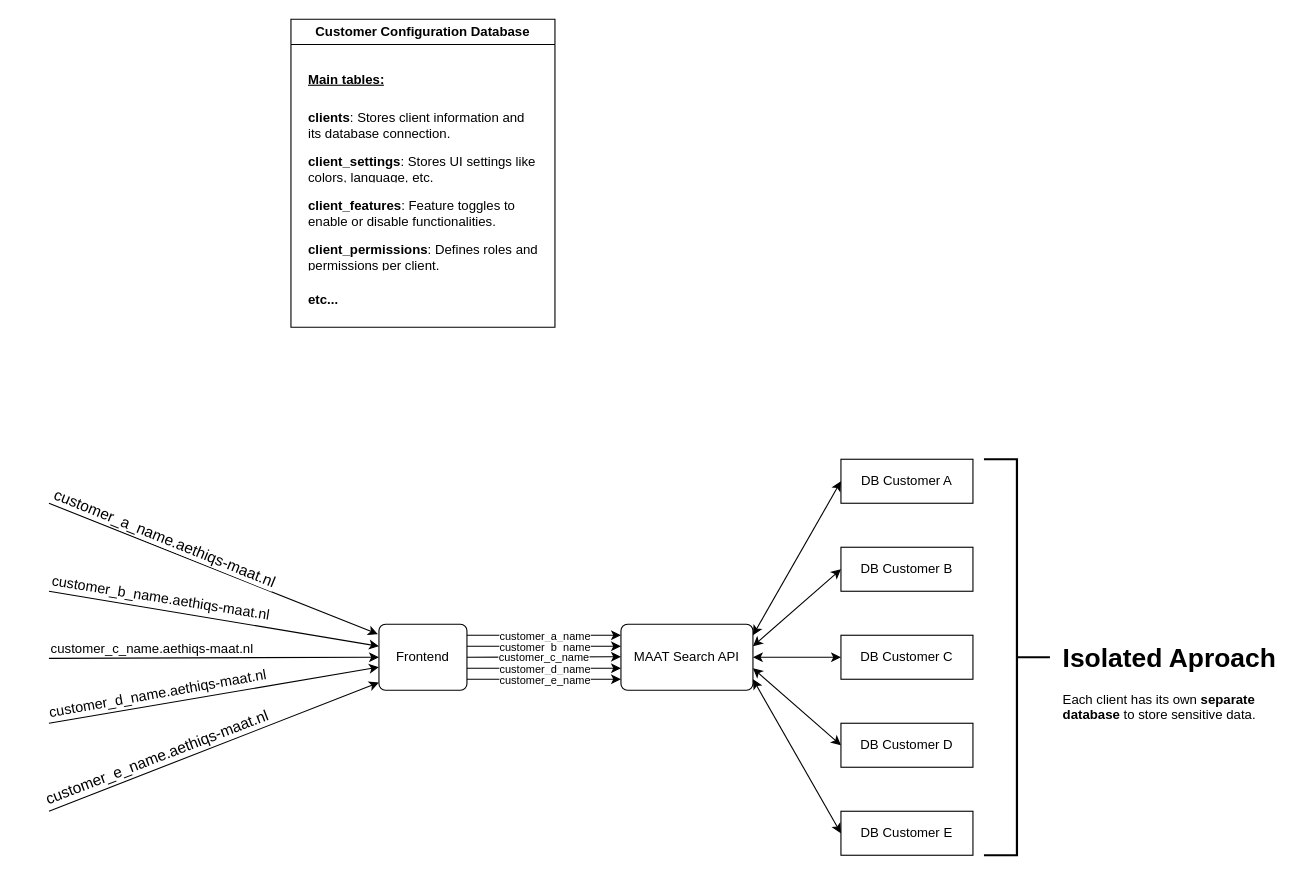
Before: multitenancy.drawio in Karel95/Django-Rest_React-CRUD, a draw.io diagram. Source tidied: cells renumbered, new cells numbered last; positions are measured from the earlier drawing's top-left corner, leaving out a move shared by most shapes. Both pictures are drawn from the tidied source at 110%, with x=0, y=0 at pixel (48, 19).
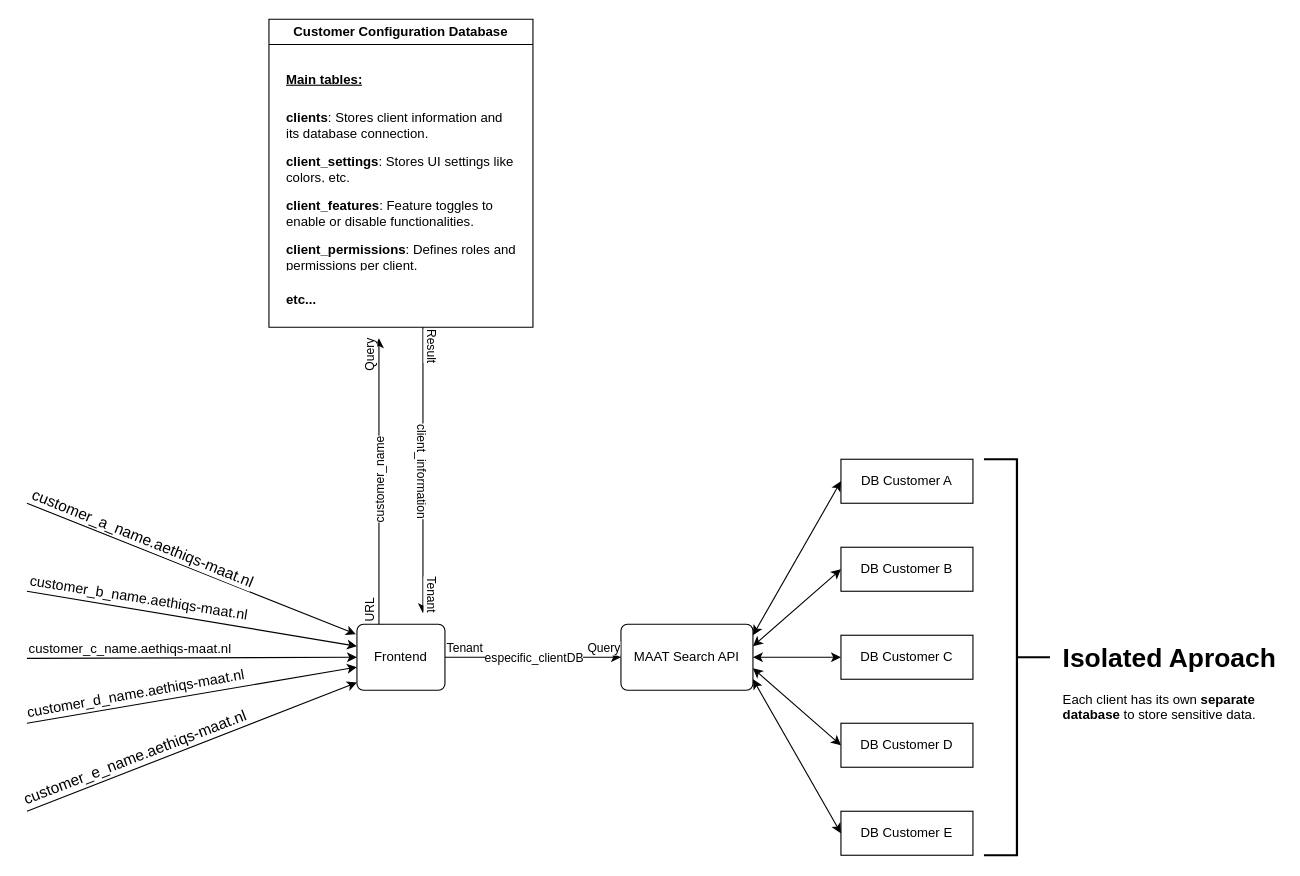
The same diagram, later.

Unchanged cells that the change refers to:
```xml
<mxCell id="3" value="MAAT Search API" style="rounded=1;arcSize=10;whiteSpace=wrap;html=1;align=center;" parent="1" vertex="1">
  <mxGeometry x="520" y="550" width="120" height="60" as="geometry" />
</mxCell>
```

Change to the diagram source:
```diff
@@
     <mxCell id="2" value="Frontend" style="rounded=1;arcSize=10;whiteSpace=wrap;html=1;align=center;" parent="1" vertex="1">
-      <mxGeometry x="300" y="550" width="80" height="60" as="geometry" />
+      <mxGeometry x="280" y="550" width="80" height="60" as="geometry" />
     </mxCell>
@@
     <mxCell id="14" value="Customer C&lt;strong&gt;onfiguration&lt;/strong&gt;&amp;nbsp;Database" style="swimlane;whiteSpace=wrap;html=1;" parent="1" vertex="1">
-      <mxGeometry x="220" width="240" height="280" as="geometry" />
+      <mxGeometry x="200" width="240" height="280" as="geometry" />
     </mxCell>
@@
-    <mxCell id="16" value="&lt;strong&gt;client_settings&lt;/strong&gt;: Stores UI settings like colors, language, etc." style="text;strokeColor=none;fillColor=none;align=left;verticalAlign=middle;spacingLeft=4;spacingRight=4;overflow=hidden;whiteSpace=wrap;html=1;" parent="14" vertex="1">
+    <mxCell id="16" value="&lt;strong&gt;client_settings&lt;/strong&gt;: Stores UI settings like colors, etc." style="text;strokeColor=none;fillColor=none;align=left;verticalAlign=middle;spacingLeft=4;spacingRight=4;overflow=hidden;whiteSpace=wrap;html=1;" parent="14" vertex="1">
       <mxGeometry x="10" y="120" width="220" height="30" as="geometry" />
     </mxCell>
@@
-    <mxCell id="23" style="endArrow=classic;html=1;rounded=0;" parent="1" edge="1">
-      <mxGeometry relative="1" as="geometry">
-        <mxPoint x="380" y="560" as="sourcePoint" />
-        <mxPoint x="520" y="560" as="targetPoint" />
-      </mxGeometry>
-    </mxCell>
-    <mxCell id="24" value="&lt;font&gt;customer_a_name&lt;/font&gt;" style="edgeLabel;html=1;align=center;verticalAlign=middle;fontSize=10;" parent="23" vertex="1">
-      <mxGeometry relative="1" as="geometry" />
-    </mxCell>
-    <mxCell id="25" style="endArrow=classic;html=1;rounded=0;" parent="1" edge="1">
-      <mxGeometry relative="1" as="geometry">
-        <mxPoint x="380" y="570" as="sourcePoint" />
-        <mxPoint x="520" y="570" as="targetPoint" />
-      </mxGeometry>
-    </mxCell>
-    <mxCell id="26" value="&lt;font&gt;customer_b_name&lt;/font&gt;" style="edgeLabel;html=1;align=center;verticalAlign=middle;fontSize=10;" parent="25" vertex="1">
-      <mxGeometry relative="1" as="geometry" />
-    </mxCell>
-    <mxCell id="27" style="endArrow=classic;html=1;rounded=0;" parent="1" edge="1">
-      <mxGeometry relative="1" as="geometry">
-        <mxPoint x="380" y="580" as="sourcePoint" />
-        <mxPoint x="520" y="579.5" as="targetPoint" />
-      </mxGeometry>
-    </mxCell>
-    <mxCell id="28" value="&lt;font&gt;customer_c_name&lt;/font&gt;" style="edgeLabel;html=1;align=center;verticalAlign=middle;fontSize=10;" parent="27" vertex="1">
-      <mxGeometry relative="1" as="geometry" />
-    </mxCell>
-    <mxCell id="29" style="endArrow=classic;html=1;rounded=0;" parent="1" edge="1">
-      <mxGeometry relative="1" as="geometry">
-        <mxPoint x="380" y="590" as="sourcePoint" />
-        <mxPoint x="520" y="590" as="targetPoint" />
-      </mxGeometry>
-    </mxCell>
-    <mxCell id="30" value="&lt;font&gt;customer_d_name&lt;/font&gt;" style="edgeLabel;html=1;align=center;verticalAlign=middle;fontSize=10;" parent="29" vertex="1">
-      <mxGeometry relative="1" as="geometry" />
-    </mxCell>
-    <mxCell id="31" style="endArrow=classic;html=1;rounded=0;" parent="1" edge="1">
-      <mxGeometry relative="1" as="geometry">
-        <mxPoint x="380" y="600" as="sourcePoint" />
-        <mxPoint x="520" y="600" as="targetPoint" />
-      </mxGeometry>
-    </mxCell>
-    <mxCell id="32" value="&lt;font&gt;customer_e_name&lt;/font&gt;" style="edgeLabel;html=1;align=center;verticalAlign=middle;fontSize=10;" parent="31" vertex="1">
-      <mxGeometry relative="1" as="geometry" />
-    </mxCell>
-    <mxCell id="33" style="endArrow=classic;html=1;rounded=0;entryX=-0.012;entryY=0.15;entryDx=0;entryDy=0;entryPerimeter=0;" parent="1" edge="1" target="2">
+    <mxCell id="33" style="endArrow=classic;html=1;rounded=0;entryX=-0.012;entryY=0.15;entryDx=0;entryDy=0;entryPerimeter=0;" parent="1" edge="1">
       <mxGeometry relative="1" as="geometry">
-        <mxPoint y="440" as="sourcePoint" />
+        <mxPoint x="-20" y="440" as="sourcePoint" />
+        <mxPoint x="279" y="559" as="targetPoint" />
       </mxGeometry>
     </mxCell>
@@
-    <mxCell id="35" style="endArrow=classic;html=1;rounded=0;entryX=0;entryY=0.5;entryDx=0;entryDy=0;" parent="1" edge="1" target="2">
+    <mxCell id="35" style="endArrow=classic;html=1;rounded=0;entryX=0;entryY=0.5;entryDx=0;entryDy=0;" parent="1" edge="1">
       <mxGeometry relative="1" as="geometry">
-        <mxPoint y="581" as="sourcePoint" />
+        <mxPoint x="-20" y="581" as="sourcePoint" />
+        <mxPoint x="280" y="580" as="targetPoint" />
       </mxGeometry>
     </mxCell>
@@
     <mxCell id="37" style="endArrow=classic;html=1;rounded=0;entryX=0;entryY=0.5;entryDx=0;entryDy=0;" parent="1" edge="1">
       <mxGeometry relative="1" as="geometry">
-        <mxPoint y="520" as="sourcePoint" />
-        <mxPoint x="300" y="570" as="targetPoint" />
+        <mxPoint x="-20" y="520" as="sourcePoint" />
+        <mxPoint x="280" y="570" as="targetPoint" />
       </mxGeometry>
     </mxCell>
@@
-    <mxCell id="39" style="endArrow=classic;html=1;rounded=0;entryX=0;entryY=0.65;entryDx=0;entryDy=0;entryPerimeter=0;" parent="1" edge="1" target="2">
+    <mxCell id="39" style="endArrow=classic;html=1;rounded=0;entryX=0;entryY=0.65;entryDx=0;entryDy=0;entryPerimeter=0;" parent="1" edge="1">
       <mxGeometry relative="1" as="geometry">
-        <mxPoint y="640" as="sourcePoint" />
+        <mxPoint x="-20" y="640" as="sourcePoint" />
+        <mxPoint x="280" y="589" as="targetPoint" />
       </mxGeometry>
     </mxCell>
@@
-    <mxCell id="41" style="endArrow=classic;html=1;rounded=0;entryX=0;entryY=0.883;entryDx=0;entryDy=0;entryPerimeter=0;" parent="1" edge="1" target="2">
+    <mxCell id="41" style="endArrow=classic;html=1;rounded=0;entryX=0;entryY=0.883;entryDx=0;entryDy=0;entryPerimeter=0;" parent="1" edge="1">
       <mxGeometry relative="1" as="geometry">
-        <mxPoint y="720" as="sourcePoint" />
+        <mxPoint x="-20" y="720" as="sourcePoint" />
+        <mxPoint x="280" y="603" as="targetPoint" />
       </mxGeometry>
     </mxCell>
@@
+    <mxCell id="43" style="endArrow=classic;html=1;rounded=0;exitX=0.25;exitY=0;exitDx=0;exitDy=0;" parent="1" edge="1" source="2">
+      <mxGeometry relative="1" as="geometry">
+        <mxPoint x="300" y="290" as="targetPoint" />
+      </mxGeometry>
+    </mxCell>
+    <mxCell id="44" value="customer_name" style="edgeLabel;html=1;align=center;verticalAlign=middle;rotation=-90;" parent="43" vertex="1">
+      <mxGeometry relative="1" as="geometry" />
+    </mxCell>
+    <mxCell id="45" value="URL" style="edgeLabel;html=1;align=left;verticalAlign=bottom;rotation=-90;" parent="43" vertex="1">
+      <mxGeometry x="-1" relative="1" as="geometry" />
+    </mxCell>
+    <mxCell id="46" value="Query" style="edgeLabel;html=1;align=right;verticalAlign=bottom;rotation=-90;" parent="43" vertex="1">
+      <mxGeometry x="1" relative="1" as="geometry" />
+    </mxCell>
+    <mxCell id="47" style="endArrow=classic;html=1;rounded=0;" parent="1" edge="1">
+      <mxGeometry relative="1" as="geometry">
+        <mxPoint x="340" y="280" as="sourcePoint" />
+        <mxPoint x="340" y="540" as="targetPoint" />
+      </mxGeometry>
+    </mxCell>
+    <mxCell id="48" value="client_information" style="edgeLabel;html=1;align=center;verticalAlign=middle;rotation=90;" parent="47" vertex="1">
+      <mxGeometry relative="1" as="geometry" />
+    </mxCell>
+    <mxCell id="49" value="Result" style="edgeLabel;html=1;align=left;verticalAlign=bottom;rotation=90;" parent="47" vertex="1">
+      <mxGeometry x="-1" relative="1" as="geometry" />
+    </mxCell>
+    <mxCell id="50" value="Tenant" style="edgeLabel;html=1;align=right;verticalAlign=bottom;rotation=90;" parent="47" vertex="1">
+      <mxGeometry x="1" relative="1" as="geometry" />
+    </mxCell>
+    <mxCell id="51" style="endArrow=classic;html=1;rounded=0;entryX=0;entryY=0.5;entryDx=0;entryDy=0;" parent="1" edge="1" target="3">
+      <mxGeometry relative="1" as="geometry">
+        <mxPoint x="360" y="580" as="sourcePoint" />
+      </mxGeometry>
+    </mxCell>
+    <mxCell id="52" value="especific_clientDB" style="edgeLabel;html=1;align=center;verticalAlign=middle;" parent="51" vertex="1">
+      <mxGeometry relative="1" as="geometry" />
+    </mxCell>
+    <mxCell id="53" value="Tenant" style="edgeLabel;html=1;align=left;verticalAlign=bottom;" parent="51" vertex="1">
+      <mxGeometry x="-1" relative="1" as="geometry" />
+    </mxCell>
+    <mxCell id="54" value="Query" style="edgeLabel;html=1;align=right;verticalAlign=bottom;" parent="51" vertex="1">
+      <mxGeometry x="1" relative="1" as="geometry" />
+    </mxCell>
```
